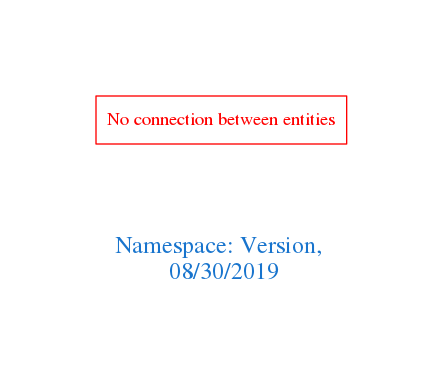
Above: downloads/Version.png in arago/OGIT (Graphviz), before the change. Its source is kept beside it as downloads/Version.dot.
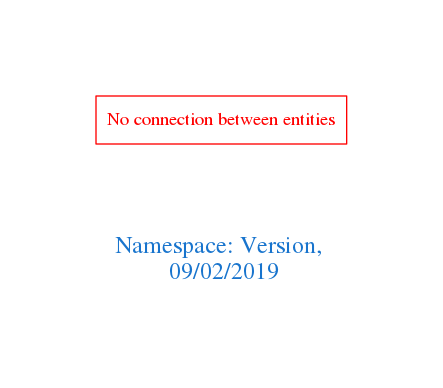
After the commit.

The edit, as a diff of the source:
```diff
@@ -1,7 +1,7 @@
 digraph OGIT_ontology {
  graph [ rankdir= LR,pad=1
 fontsize = 18,
-fontcolor= dodgerblue3,label = "\n\n\nNamespace: Version, \n 08/30/2019"];
+fontcolor= dodgerblue3,label = "\n\n\nNamespace: Version, \n 09/02/2019"];
 node[shape=polygon];
 edge [  color="gray81"];
 
```
